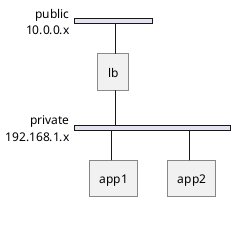
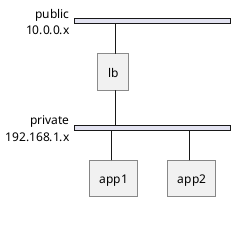
@startnwdiag
nwdiag {
  network public {
+     width = full
    address = "10.0.0.x"
    lb;
  }
  network private {
+     width = full
    address = "192.168.1.x"
    lb;
    app1;
    app2;
  }
}
@endnwdiag
